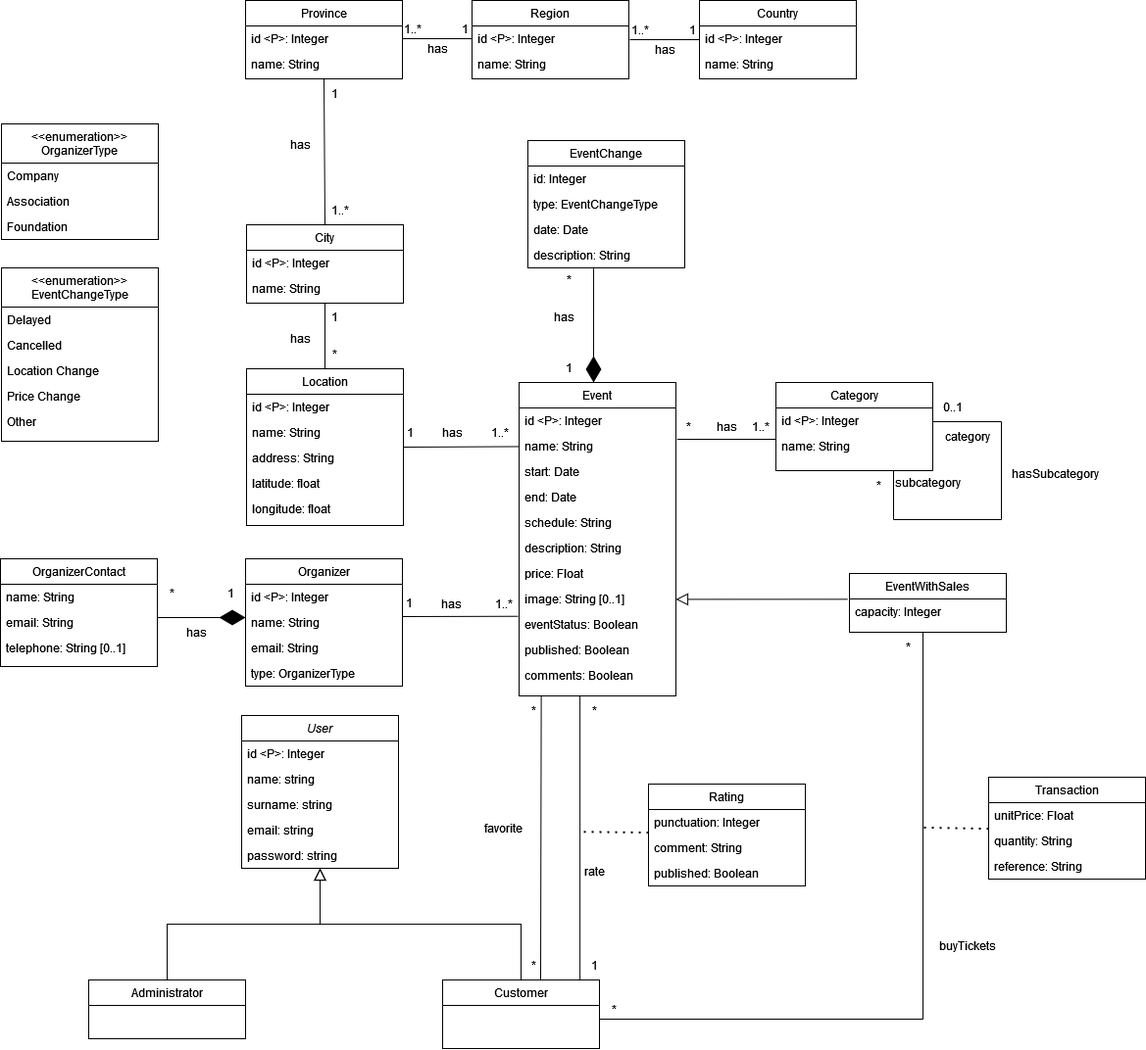
Above: conceptual-diagram.drawio.png in danielpilot/event-database (draw.io), before the change. Source tidied: cells renumbered, new cells last; positions are measured from the earlier drawing's top-left corner, leaving out a move shared by most shapes.
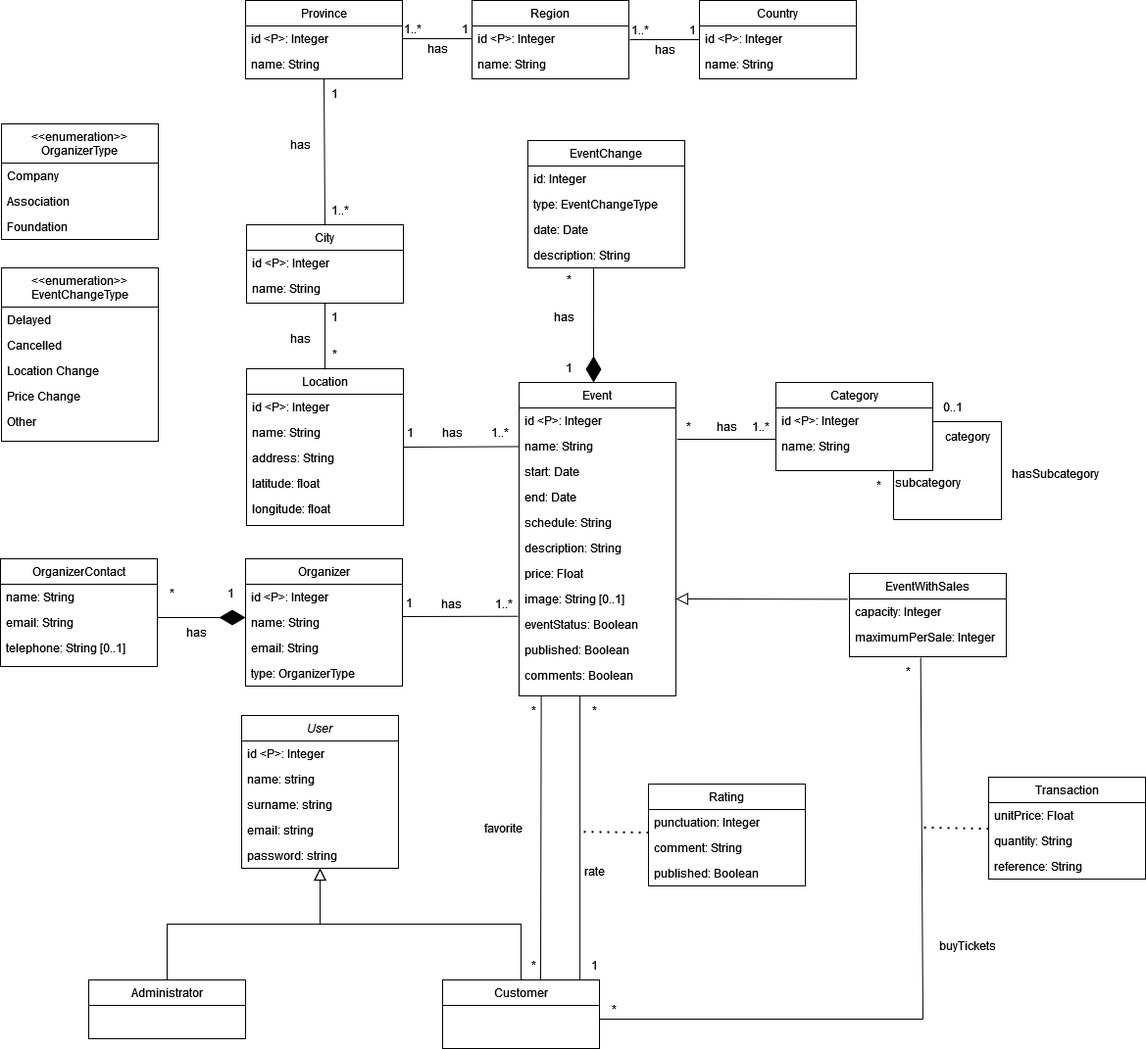
After the commit.

Commit message:
Add maximum per sale

Change to the diagram source:
```diff
@@ -412,11 +412,14 @@
       <mxGeometry x="586" y="874" width="40" height="30" as="geometry" />
     </mxCell>
     <mxCell id="127" value="EventWithSales&#10;" style="swimlane;fontStyle=0;align=center;verticalAlign=top;horizontal=1;startSize=26;rounded=0;shadow=0;strokeWidth=1;" parent="1" vertex="1">
-      <mxGeometry x="866" y="585" width="160" height="60" as="geometry" />
+      <mxGeometry x="866" y="585" width="160" height="85" as="geometry" />
     </mxCell>
     <mxCell id="128" value="capacity: Integer" style="text;align=left;verticalAlign=top;spacingLeft=4;spacingRight=4;overflow=hidden;points=[[0,0.5],[1,0.5]];portConstraint=eastwest;rounded=0;shadow=0;html=0;" parent="127" vertex="1">
       <mxGeometry y="26" width="160" height="26" as="geometry" />
     </mxCell>
+    <mxCell id="140" value="maximumPerSale: Integer" style="text;align=left;verticalAlign=top;spacingLeft=4;spacingRight=4;overflow=hidden;rounded=0;shadow=0;html=0;" parent="127" vertex="1">
+      <mxGeometry y="52" width="160" height="26" as="geometry" />
+    </mxCell>
     <mxCell id="129" style="endArrow=block;endSize=10;endFill=0;shadow=0;strokeWidth=1;rounded=0;curved=0;edgeStyle=elbowEdgeStyle;elbow=vertical;exitX=-0.011;exitY=0.013;exitDx=0;exitDy=0;exitPerimeter=0;" parent="1" edge="1" source="128" target="20">
       <mxGeometry relative="1" as="geometry" />
     </mxCell>
@@ -426,9 +429,8 @@
         <mxPoint x="941" y="1040" as="targetPoint" />
       </mxGeometry>
     </mxCell>
-    <mxCell id="131" style="endArrow=none;html=1;rounded=0;" parent="1" edge="1">
+    <mxCell id="131" style="endArrow=none;html=1;rounded=0;exitX=0.922;exitY=0.033;exitDx=0;exitDy=0;exitPerimeter=0;" parent="1" edge="1" source="133">
       <mxGeometry relative="1" as="geometry">
-        <mxPoint x="941" y="645" as="sourcePoint" />
         <mxPoint x="941" y="1040" as="targetPoint" />
       </mxGeometry>
     </mxCell>
@@ -436,7 +438,7 @@
       <mxGeometry x="611" y="1015" width="30" height="30" as="geometry" />
     </mxCell>
     <mxCell id="133" value="*" style="text;html=1;align=center;verticalAlign=middle;points=[];strokeColor=none;fillColor=none;" parent="1" vertex="1">
-      <mxGeometry x="911" y="645" width="30" height="30" as="geometry" />
+      <mxGeometry x="911" y="670" width="30" height="30" as="geometry" />
     </mxCell>
     <mxCell id="134" style="endArrow=none;dashed=1;html=1;dashPattern=1 3;strokeWidth=2;rounded=0;entryX=0;entryY=0.904;entryDx=0;entryDy=0;entryPerimeter=0;" parent="1" edge="1">
       <mxGeometry relative="1" as="geometry">
```
